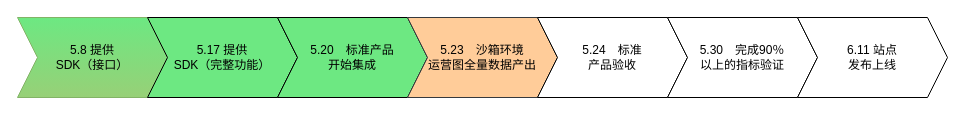
Before: tng_ana.drawio in learn2Pro/draw_io_save, a draw.io diagram. Source tidied: cells renumbered, new cells numbered last; positions are measured from the earlier drawing's top-left corner, leaving out a move shared by most shapes. Both pictures are drawn from the tidied source at 100%, with x=0, y=0 at pixel (17, 17).
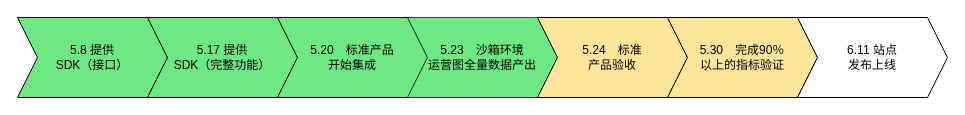
After the change.

The edit, as a diff of the source:
```diff
@@
 <mxGraphModel>
   <root>
     <mxCell id="0" />
     <mxCell id="1" parent="0" />
-    <mxCell id="2" value="&lt;span&gt;5.8 提供&lt;br&gt;SDK（接口）&lt;/span&gt;" style="shape=step;perimeter=stepPerimeter;whiteSpace=wrap;html=1;fixedSize=1;fillColor=#6DE882;strokeColor=#82b366;gradientColor=#97d077;" parent="1" vertex="1">
+    <mxCell id="2" value="&lt;span&gt;5.8 提供&lt;br&gt;SDK（接口）&lt;/span&gt;" style="shape=step;perimeter=stepPerimeter;whiteSpace=wrap;html=1;fixedSize=1;fillColor=#6DE882;strokeColor=#000000;gradientColor=none;" parent="1" vertex="1">
       <mxGeometry width="150" height="80" as="geometry" />
     </mxCell>
     <mxCell id="3" value="&lt;span&gt;5.17 提供&lt;br&gt;SDK（完整功能）&lt;/span&gt;&lt;br&gt;" style="shape=step;perimeter=stepPerimeter;whiteSpace=wrap;html=1;fixedSize=1;fillColor=#6DE882;" parent="1" vertex="1">
       <mxGeometry x="130" width="150" height="80" as="geometry" />
     </mxCell>
     <mxCell id="4" value="&lt;span&gt; 5.20　标准产品&lt;br&gt;开始集成　&lt;/span&gt;&lt;br&gt;" style="shape=step;perimeter=stepPerimeter;whiteSpace=wrap;html=1;fixedSize=1;fillColor=#6DE882;" parent="1" vertex="1">
       <mxGeometry x="260" width="150" height="80" as="geometry" />
     </mxCell>
-    <mxCell id="5" value="&lt;span&gt; 5.23　沙箱环境&lt;br&gt;运营图全量数据产出 &lt;/span&gt;&lt;br&gt;" style="shape=step;perimeter=stepPerimeter;whiteSpace=wrap;html=1;fixedSize=1;fillColor=#ffcc99;strokeColor=#36393d;" parent="1" vertex="1">
+    <mxCell id="5" value="&lt;span&gt; 5.23　沙箱环境&lt;br&gt;运营图全量数据产出 &lt;/span&gt;&lt;br&gt;" style="shape=step;perimeter=stepPerimeter;whiteSpace=wrap;html=1;fixedSize=1;fillColor=#6DE882;strokeColor=#36393d;" parent="1" vertex="1">
       <mxGeometry x="390" width="150" height="80" as="geometry" />
     </mxCell>
-    <mxCell id="6" value="&lt;span&gt;5.24　标准&lt;br&gt;产品验收&lt;/span&gt;&lt;br&gt;" style="shape=step;perimeter=stepPerimeter;whiteSpace=wrap;html=1;fixedSize=1;" parent="1" vertex="1">
+    <mxCell id="6" value="&lt;span&gt;5.24　标准&lt;br&gt;产品验收&lt;/span&gt;&lt;br&gt;" style="shape=step;perimeter=stepPerimeter;whiteSpace=wrap;html=1;fixedSize=1;fillColor=#FFE599;" parent="1" vertex="1">
       <mxGeometry x="520" width="150" height="80" as="geometry" />
     </mxCell>
-    <mxCell id="7" value="&lt;span&gt;5.30　完成90％&lt;br&gt;以上的指标验证&lt;/span&gt;&lt;br&gt;" style="shape=step;perimeter=stepPerimeter;whiteSpace=wrap;html=1;fixedSize=1;" parent="1" vertex="1">
+    <mxCell id="7" value="&lt;span&gt;5.30　完成90％&lt;br&gt;以上的指标验证&lt;/span&gt;&lt;br&gt;" style="shape=step;perimeter=stepPerimeter;whiteSpace=wrap;html=1;fixedSize=1;fillColor=#FFE599;" parent="1" vertex="1">
       <mxGeometry x="650" width="150" height="80" as="geometry" />
     </mxCell>
     <mxCell id="8" value="&lt;span&gt;6.11 站点&lt;br&gt;发布上线&lt;/span&gt;&lt;br&gt;" style="shape=step;perimeter=stepPerimeter;whiteSpace=wrap;html=1;fixedSize=1;" parent="1" vertex="1">
       <mxGeometry x="780" width="150" height="80" as="geometry" />
     </mxCell>
   </root>
 </mxGraphModel>
```
